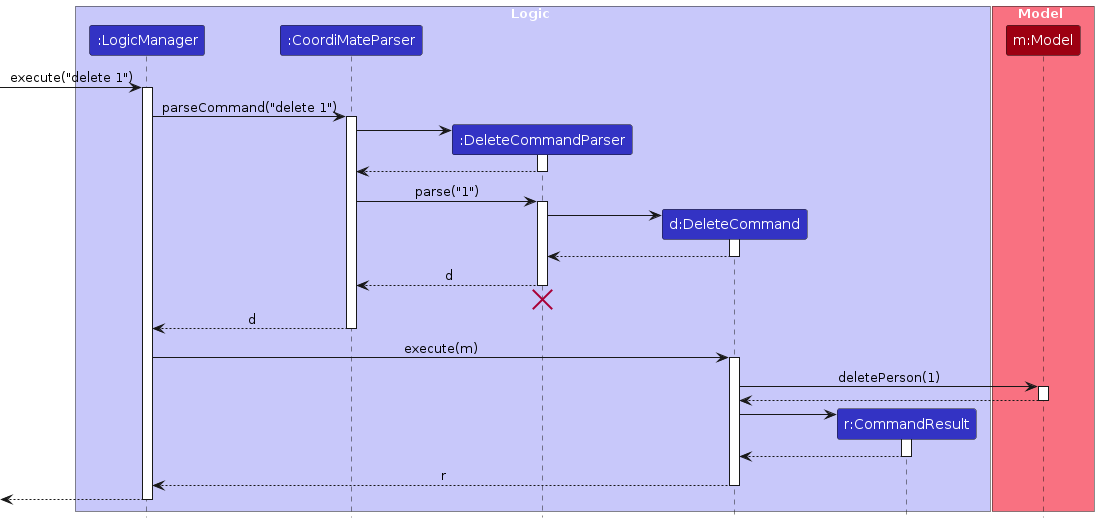
AY2627S1-CS2103T-W12-3/tp keeps this PlantUML diagram as diagrams/DeleteSequenceDiagram.png. Above is the earlier version. Its source is kept beside it as diagrams/DeleteSequenceDiagram.puml.
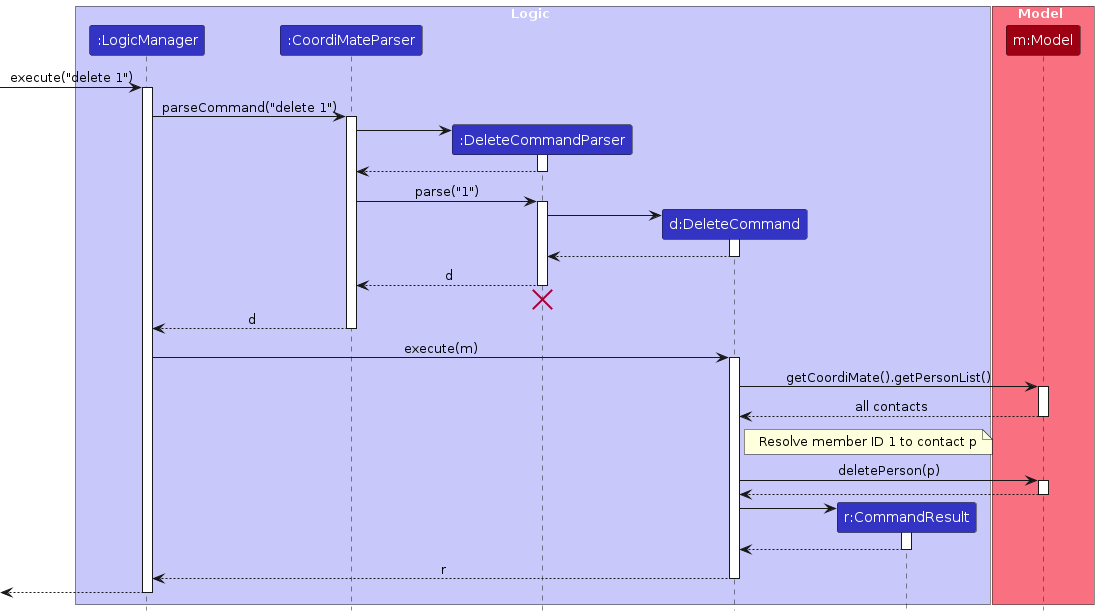
The same diagram one commit later.

Diff of the diagram source:
```diff
@@ -48,7 +48,15 @@
 LogicManager -> DeleteCommand : execute(m)
 activate DeleteCommand
 
-DeleteCommand -> Model : deletePerson(1)
+DeleteCommand -> Model : getCoordiMate().getPersonList()
+activate Model
+
+Model --> DeleteCommand : all contacts
+deactivate Model
+
+note right of DeleteCommand : Resolve member ID 1 to contact p
+
+DeleteCommand -> Model : deletePerson(p)
 activate Model
 
 Model --> DeleteCommand
```
